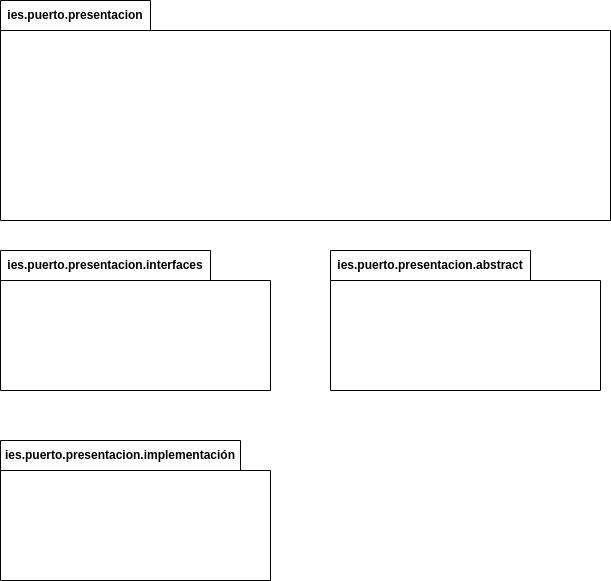
PeterMartEsc/ETS keeps this draw.io diagram as PruebaDiagramaPaquetes.png. Above is the earlier version. Source tidied: cells renumbered, new cells last; positions are measured from the earlier drawing's top-left corner, leaving out a move shared by most shapes.
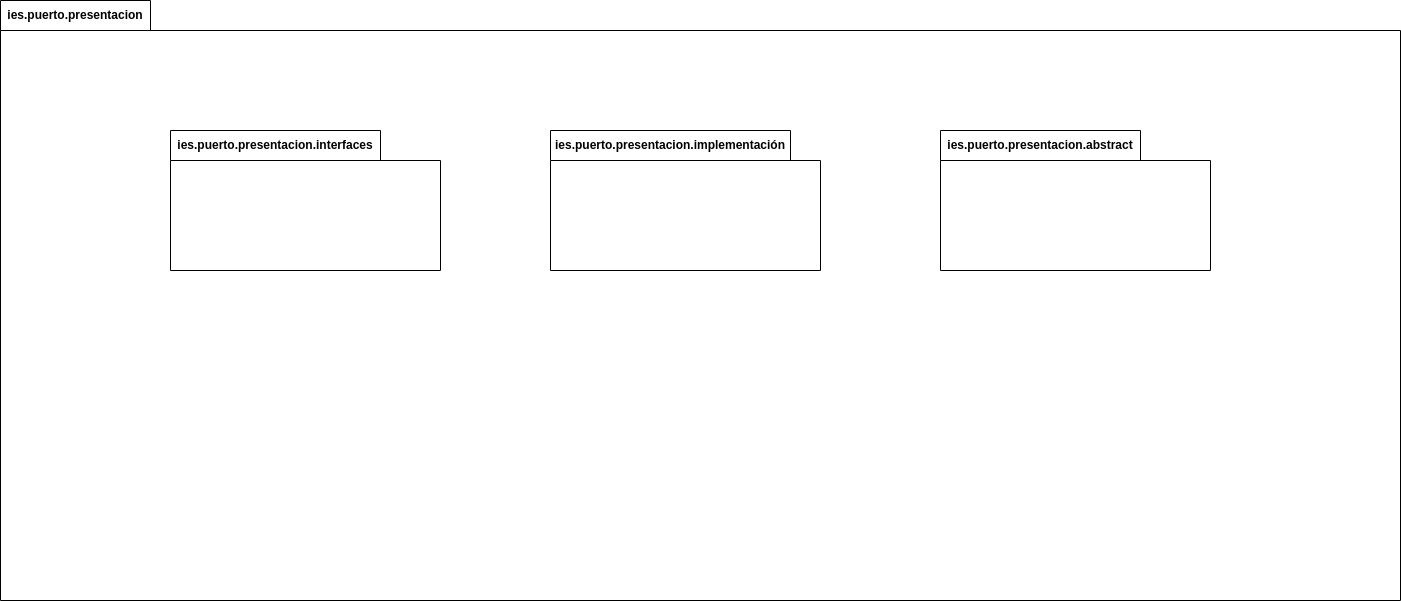
The same file after the commit.

What changed in the source:
```diff
@@ -3,16 +3,16 @@
     <mxCell id="0" />
     <mxCell id="1" parent="0" />
     <mxCell id="2" value="ies.puerto.presentacion" style="shape=folder;fontStyle=1;tabWidth=150;tabHeight=30;tabPosition=left;html=1;boundedLbl=1;labelInHeader=1;whiteSpace=wrap;fillColor=none;" parent="1" vertex="1">
-      <mxGeometry width="610" height="220" as="geometry" />
+      <mxGeometry width="1400" height="600" as="geometry" />
     </mxCell>
-    <mxCell id="3" value="ies.puerto.presentacion.abstract" style="shape=folder;fontStyle=1;tabWidth=200;tabHeight=30;tabPosition=left;html=1;boundedLbl=1;labelInHeader=1;whiteSpace=wrap;fillColor=none;" parent="1" vertex="1">
-      <mxGeometry x="330" y="250" width="270" height="140" as="geometry" />
+    <mxCell id="3" value="ies.puerto.presentacion.abstract" style="shape=folder;fontStyle=1;tabWidth=200;tabHeight=30;tabPosition=left;html=1;boundedLbl=1;labelInHeader=1;whiteSpace=wrap;fillColor=none;" parent="2" vertex="1">
+      <mxGeometry x="940" y="130" width="270" height="140" as="geometry" />
     </mxCell>
-    <mxCell id="4" value="ies.puerto.presentacion.interfaces" style="shape=folder;fontStyle=1;tabWidth=210;tabHeight=30;tabPosition=left;html=1;boundedLbl=1;labelInHeader=1;whiteSpace=wrap;fillColor=none;" parent="1" vertex="1">
-      <mxGeometry y="250" width="270" height="140" as="geometry" />
+    <mxCell id="4" value="ies.puerto.presentacion.interfaces" style="shape=folder;fontStyle=1;tabWidth=210;tabHeight=30;tabPosition=left;html=1;boundedLbl=1;labelInHeader=1;whiteSpace=wrap;fillColor=none;" parent="2" vertex="1">
+      <mxGeometry x="170" y="130" width="270" height="140" as="geometry" />
     </mxCell>
-    <mxCell id="5" value="ies.puerto.presentacion.implementación" style="shape=folder;fontStyle=1;tabWidth=240;tabHeight=30;tabPosition=left;html=1;boundedLbl=1;labelInHeader=1;whiteSpace=wrap;fillColor=none;" parent="1" vertex="1">
-      <mxGeometry y="440" width="270" height="140" as="geometry" />
+    <mxCell id="5" value="ies.puerto.presentacion.implementación" style="shape=folder;fontStyle=1;tabWidth=240;tabHeight=30;tabPosition=left;html=1;boundedLbl=1;labelInHeader=1;whiteSpace=wrap;fillColor=none;" parent="2" vertex="1">
+      <mxGeometry x="550" y="130" width="270" height="140" as="geometry" />
     </mxCell>
   </root>
 </mxGraphModel>
```
